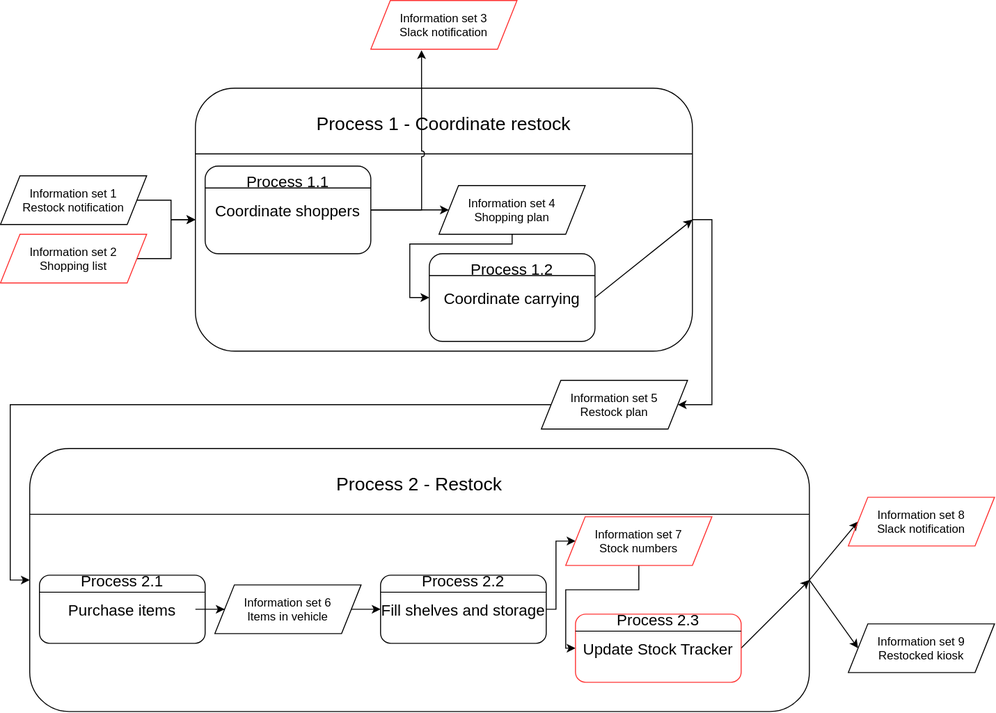
This is TDT4252 - Virksomhets-arkitektur og -innovasjon/figures/TOBE/changed_process.svg from Lekesoldat/NTNU, a draw.io export, as it was before one commit. Source tidied: cells renumbered, new cells last; positions are measured from the earlier drawing's top-left corner, leaving out a move shared by most shapes.
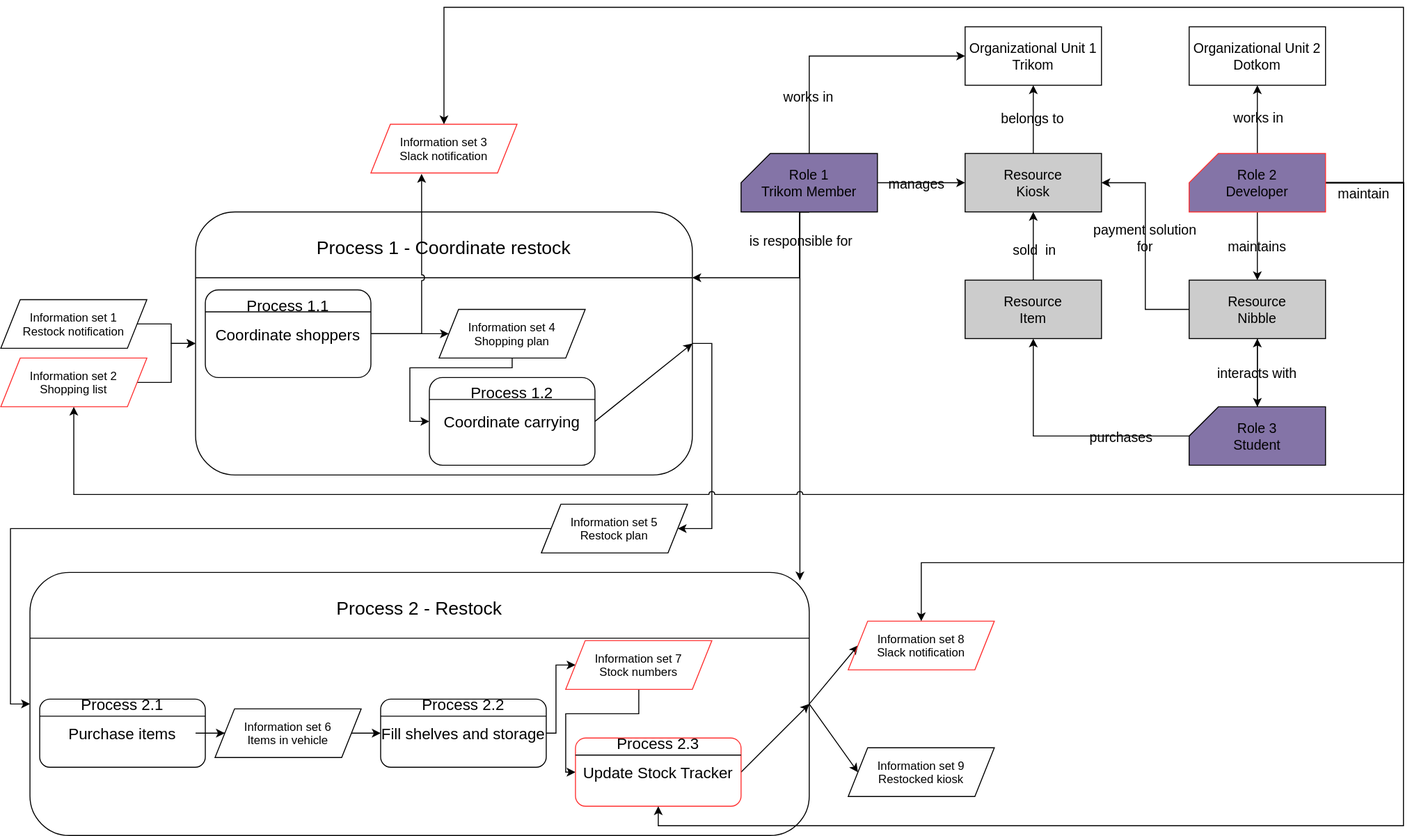
After the commit.

Change to the diagram source:
```diff
@@ -164,5 +164,140 @@
     <mxCell id="46" value="Information set 8&#10;Slack notification" style="shape=parallelogram;perimeter=parallelogramPerimeter;fixedSize=1;fontSize=12;verticalAlign=middle;fillColor=none;strokeColor=#FF3333;" parent="1" vertex="1">
       <mxGeometry x="870" y="510" width="150" height="50" as="geometry" />
     </mxCell>
+    <mxCell id="47" value="Organizational Unit 1&#10;Trikom" style="rounded=0;fontSize=14;strokeColor=#000000;fillColor=none;" parent="1" vertex="1">
+      <mxGeometry x="990" y="-100" width="140" height="60" as="geometry" />
+    </mxCell>
+    <mxCell id="48" style="edgeStyle=orthogonalEdgeStyle;rounded=0;jumpStyle=arc;jettySize=auto;exitX=0;exitY=0.5;exitDx=0;exitDy=0;entryX=1;entryY=0.5;entryDx=0;entryDy=0;entryPerimeter=0;fontSize=14;fontColor=#000000;endArrow=none;endFill=0;startArrow=classic;startFill=1;" parent="1" edge="1" source="52" target="58">
+      <mxGeometry relative="1" as="geometry" />
+    </mxCell>
+    <mxCell id="49" value="manages" style="edgeLabel;align=center;verticalAlign=middle;fontSize=14;fontColor=#000000;labelBackgroundColor=none;" parent="48" vertex="1">
+      <mxGeometry x="0.09" relative="1" as="geometry">
+        <mxPoint x="-1" as="offset" />
+      </mxGeometry>
+    </mxCell>
+    <mxCell id="50" style="edgeStyle=orthogonalEdgeStyle;rounded=0;jumpStyle=arc;jettySize=auto;exitX=0.5;exitY=0;exitDx=0;exitDy=0;entryX=0.5;entryY=1;entryDx=0;entryDy=0;fontSize=14;fontColor=#000000;startArrow=none;startFill=0;endArrow=classic;endFill=1;" parent="1" edge="1" source="52" target="47">
+      <mxGeometry relative="1" as="geometry" />
+    </mxCell>
+    <mxCell id="51" value="belongs to" style="edgeLabel;align=center;verticalAlign=middle;fontSize=14;fontColor=#000000;labelBackgroundColor=none;" parent="50" vertex="1">
+      <mxGeometry x="0.06" y="1" relative="1" as="geometry" />
+    </mxCell>
+    <mxCell id="52" value="Resource&#10;Kiosk" style="rounded=0;fontSize=14;strokeColor=#000000;fillColor=#CCCCCC;" parent="1" vertex="1">
+      <mxGeometry x="990" y="30" width="140" height="60" as="geometry" />
+    </mxCell>
+    <mxCell id="53" style="edgeStyle=orthogonalEdgeStyle;rounded=0;jumpStyle=arc;jettySize=auto;exitX=0.5;exitY=0;exitDx=0;exitDy=0;exitPerimeter=0;entryX=0;entryY=0.5;entryDx=0;entryDy=0;fontSize=14;fontColor=#000000;startArrow=none;startFill=0;endArrow=classic;endFill=1;" parent="1" edge="1" source="58" target="47">
+      <mxGeometry relative="1" as="geometry" />
+    </mxCell>
+    <mxCell id="54" value="works in" style="edgeLabel;align=center;verticalAlign=middle;fontSize=14;fontColor=#000000;labelBackgroundColor=none;" parent="53" vertex="1">
+      <mxGeometry x="-0.55" y="1" relative="1" as="geometry" />
+    </mxCell>
+    <mxCell id="55" style="edgeStyle=orthogonalEdgeStyle;rounded=0;jumpStyle=arc;jettySize=auto;exitX=0.5;exitY=1;exitDx=0;exitDy=0;exitPerimeter=0;entryX=1;entryY=0.25;entryDx=0;entryDy=0;labelBackgroundColor=none;fontSize=14;fontColor=#000000;startArrow=none;startFill=0;endArrow=classic;endFill=1;" parent="1" edge="1" source="58" target="3">
+      <mxGeometry relative="1" as="geometry">
+        <Array as="points">
+          <mxPoint x="820" y="90" />
+          <mxPoint x="820" y="158" />
+        </Array>
+      </mxGeometry>
+    </mxCell>
+    <mxCell id="56" style="edgeStyle=orthogonalEdgeStyle;rounded=0;jumpStyle=arc;jettySize=auto;exitX=0.5;exitY=1;exitDx=0;exitDy=0;exitPerimeter=0;entryX=0.988;entryY=0.03;entryDx=0;entryDy=0;entryPerimeter=0;labelBackgroundColor=none;fontSize=14;fontColor=#000000;startArrow=none;startFill=0;endArrow=classic;endFill=1;" parent="1" edge="1" source="58" target="24">
+      <mxGeometry relative="1" as="geometry">
+        <Array as="points">
+          <mxPoint x="820" y="90" />
+        </Array>
+      </mxGeometry>
+    </mxCell>
+    <mxCell id="57" value="is responsible for" style="edgeLabel;align=center;verticalAlign=middle;fontSize=14;fontColor=#000000;labelBackgroundColor=none;" parent="56" vertex="1">
+      <mxGeometry x="-0.8" y="1" relative="1" as="geometry" />
+    </mxCell>
+    <mxCell id="58" value="Role 1&#10;Trikom Member" style="shape=card;fontSize=14;fontColor=#000000;strokeColor=#000000;fillColor=#8474A7;" parent="1" vertex="1">
+      <mxGeometry x="760" y="30" width="140" height="60" as="geometry" />
+    </mxCell>
+    <mxCell id="59" style="edgeStyle=orthogonalEdgeStyle;rounded=0;jumpStyle=arc;jettySize=auto;exitX=0.5;exitY=0;exitDx=0;exitDy=0;fontSize=14;fontColor=#000000;" parent="1" edge="1" source="61" target="52">
+      <mxGeometry relative="1" as="geometry" />
+    </mxCell>
+    <mxCell id="60" value="sold  in" style="edgeLabel;align=center;verticalAlign=middle;fontSize=14;fontColor=#000000;labelBackgroundColor=none;" parent="59" vertex="1">
+      <mxGeometry x="-0.09" y="-1" relative="1" as="geometry" />
+    </mxCell>
+    <mxCell id="61" value="Resource&#10;Item" style="rounded=0;fontSize=14;strokeColor=#000000;fillColor=#CCCCCC;" parent="1" vertex="1">
+      <mxGeometry x="990" y="160" width="140" height="60" as="geometry" />
+    </mxCell>
+    <mxCell id="62" value="payment solution&#10;for&#10;" style="edgeStyle=orthogonalEdgeStyle;rounded=0;jumpStyle=arc;jettySize=auto;exitX=0;exitY=0.5;exitDx=0;exitDy=0;entryX=1;entryY=0.5;entryDx=0;entryDy=0;fontSize=14;fontColor=#000000;startArrow=none;startFill=0;endArrow=classic;endFill=1;labelBackgroundColor=none;" parent="1" edge="1" source="64" target="52">
+      <mxGeometry relative="1" as="geometry" />
+    </mxCell>
+    <mxCell id="63" style="edgeStyle=orthogonalEdgeStyle;rounded=0;jumpStyle=arc;jettySize=auto;labelBackgroundColor=none;fontSize=14;fontColor=#000000;startArrow=none;startFill=0;endArrow=classic;endFill=1;" parent="1" edge="1" source="64" target="78">
+      <mxGeometry relative="1" as="geometry" />
+    </mxCell>
+    <mxCell id="64" value="Resource&#10;Nibble" style="rounded=0;fontSize=14;strokeColor=#000000;fillColor=#CCCCCC;" parent="1" vertex="1">
+      <mxGeometry x="1220" y="160" width="140" height="60" as="geometry" />
+    </mxCell>
+    <mxCell id="65" value="Organizational Unit 2&#10;Dotkom" style="rounded=0;fontSize=14;strokeColor=#000000;fillColor=none;" parent="1" vertex="1">
+      <mxGeometry x="1220" y="-100" width="140" height="60" as="geometry" />
+    </mxCell>
+    <mxCell id="66" value="maintains" style="edgeStyle=orthogonalEdgeStyle;rounded=0;jumpStyle=arc;jettySize=auto;exitX=0.5;exitY=1;exitDx=0;exitDy=0;exitPerimeter=0;entryX=0.5;entryY=0;entryDx=0;entryDy=0;fontSize=14;fontColor=#000000;startArrow=none;startFill=0;endArrow=classic;endFill=1;labelBackgroundColor=none;" parent="1" edge="1" source="74" target="64">
+      <mxGeometry relative="1" as="geometry" />
+    </mxCell>
+    <mxCell id="67" style="edgeStyle=orthogonalEdgeStyle;rounded=0;jumpStyle=arc;jettySize=auto;exitX=0.5;exitY=0;exitDx=0;exitDy=0;exitPerimeter=0;fontSize=14;fontColor=#000000;startArrow=none;startFill=0;endArrow=classic;endFill=1;" parent="1" edge="1" source="74" target="65">
+      <mxGeometry relative="1" as="geometry" />
+    </mxCell>
+    <mxCell id="68" value="works in" style="edgeLabel;align=center;verticalAlign=middle;fontSize=14;fontColor=#000000;labelBackgroundColor=none;" parent="67" vertex="1">
+      <mxGeometry x="0.09" y="-1" relative="1" as="geometry" />
+    </mxCell>
+    <mxCell id="69" style="edgeStyle=orthogonalEdgeStyle;rounded=0;jumpStyle=arc;jettySize=auto;exitX=1;exitY=0.5;exitDx=0;exitDy=0;exitPerimeter=0;entryX=0.5;entryY=1;entryDx=0;entryDy=0;labelBackgroundColor=none;fontSize=14;fontColor=#000000;startArrow=none;startFill=0;endArrow=classic;endFill=1;" parent="1" edge="1" source="74" target="9">
+      <mxGeometry relative="1" as="geometry">
+        <Array as="points">
+          <mxPoint x="1440" y="60" />
+          <mxPoint x="1440" y="380" />
+          <mxPoint x="75" y="380" />
+        </Array>
+      </mxGeometry>
+    </mxCell>
+    <mxCell id="70" style="edgeStyle=orthogonalEdgeStyle;rounded=0;jumpStyle=arc;jettySize=auto;exitX=1;exitY=0.5;exitDx=0;exitDy=0;exitPerimeter=0;entryX=0.5;entryY=0;entryDx=0;entryDy=0;labelBackgroundColor=none;fontSize=14;fontColor=#000000;startArrow=none;startFill=0;endArrow=classic;endFill=1;" parent="1" edge="1" source="74" target="46">
+      <mxGeometry relative="1" as="geometry">
+        <Array as="points">
+          <mxPoint x="1440" y="60" />
+          <mxPoint x="1440" y="450" />
+          <mxPoint x="945" y="450" />
+        </Array>
+      </mxGeometry>
+    </mxCell>
+    <mxCell id="71" style="edgeStyle=orthogonalEdgeStyle;rounded=0;jumpStyle=arc;jettySize=auto;exitX=1;exitY=0.5;exitDx=0;exitDy=0;exitPerimeter=0;entryX=0.5;entryY=1;entryDx=0;entryDy=0;labelBackgroundColor=none;fontSize=14;fontColor=#000000;startArrow=none;startFill=0;endArrow=classic;endFill=1;" parent="1" edge="1" source="74" target="42">
+      <mxGeometry relative="1" as="geometry">
+        <Array as="points">
+          <mxPoint x="1440" y="60" />
+          <mxPoint x="1440" y="720" />
+          <mxPoint x="675" y="720" />
+        </Array>
+      </mxGeometry>
+    </mxCell>
+    <mxCell id="72" style="edgeStyle=orthogonalEdgeStyle;rounded=0;jumpStyle=arc;jettySize=auto;exitX=1;exitY=0.5;exitDx=0;exitDy=0;exitPerimeter=0;entryX=0.5;entryY=0;entryDx=0;entryDy=0;labelBackgroundColor=none;fontSize=14;fontColor=#000000;startArrow=none;startFill=0;endArrow=classic;endFill=1;" parent="1" edge="1" source="74" target="15">
+      <mxGeometry relative="1" as="geometry">
+        <Array as="points">
+          <mxPoint x="1440" y="60" />
+          <mxPoint x="1440" y="-120" />
+          <mxPoint x="455" y="-120" />
+        </Array>
+      </mxGeometry>
+    </mxCell>
+    <mxCell id="73" value="maintain" style="edgeLabel;align=center;verticalAlign=middle;fontSize=14;fontColor=#000000;labelBackgroundColor=none;" parent="72" vertex="1">
+      <mxGeometry x="-0.94" y="-2" relative="1" as="geometry">
+        <mxPoint y="8" as="offset" />
+      </mxGeometry>
+    </mxCell>
+    <mxCell id="74" value="Role 2&#10;Developer" style="shape=card;fontSize=14;fontColor=#000000;strokeColor=#FF3333;fillColor=#8474A7;" parent="1" vertex="1">
+      <mxGeometry x="1220" y="30" width="140" height="60" as="geometry" />
+    </mxCell>
+    <mxCell id="75" value="interacts with" style="edgeStyle=none;rounded=0;jumpStyle=arc;jettySize=auto;exitX=0.5;exitY=0;exitDx=0;exitDy=0;exitPerimeter=0;fontSize=14;fontColor=#000000;labelBackgroundColor=none;" parent="1" edge="1" source="78" target="64">
+      <mxGeometry relative="1" as="geometry" />
+    </mxCell>
+    <mxCell id="76" style="edgeStyle=orthogonalEdgeStyle;rounded=0;jumpStyle=arc;jettySize=auto;exitX=0;exitY=0;exitDx=0;exitDy=30;exitPerimeter=0;entryX=0.5;entryY=1;entryDx=0;entryDy=0;fontSize=14;fontColor=#000000;" parent="1" edge="1" source="78" target="61">
+      <mxGeometry relative="1" as="geometry" />
+    </mxCell>
+    <mxCell id="77" value="purchases" style="edgeLabel;align=center;verticalAlign=middle;fontSize=14;fontColor=#000000;labelBackgroundColor=none;" parent="76" vertex="1">
+      <mxGeometry x="-0.27" y="-3" relative="1" as="geometry">
+        <mxPoint x="25" y="3" as="offset" />
+      </mxGeometry>
+    </mxCell>
+    <mxCell id="78" value="Role 3&#10;Student" style="shape=card;fontSize=14;fontColor=#000000;strokeColor=#000000;fillColor=#8474A7;" parent="1" vertex="1">
+      <mxGeometry x="1220" y="290" width="140" height="60" as="geometry" />
+    </mxCell>
   </root>
 </mxGraphModel>
```
